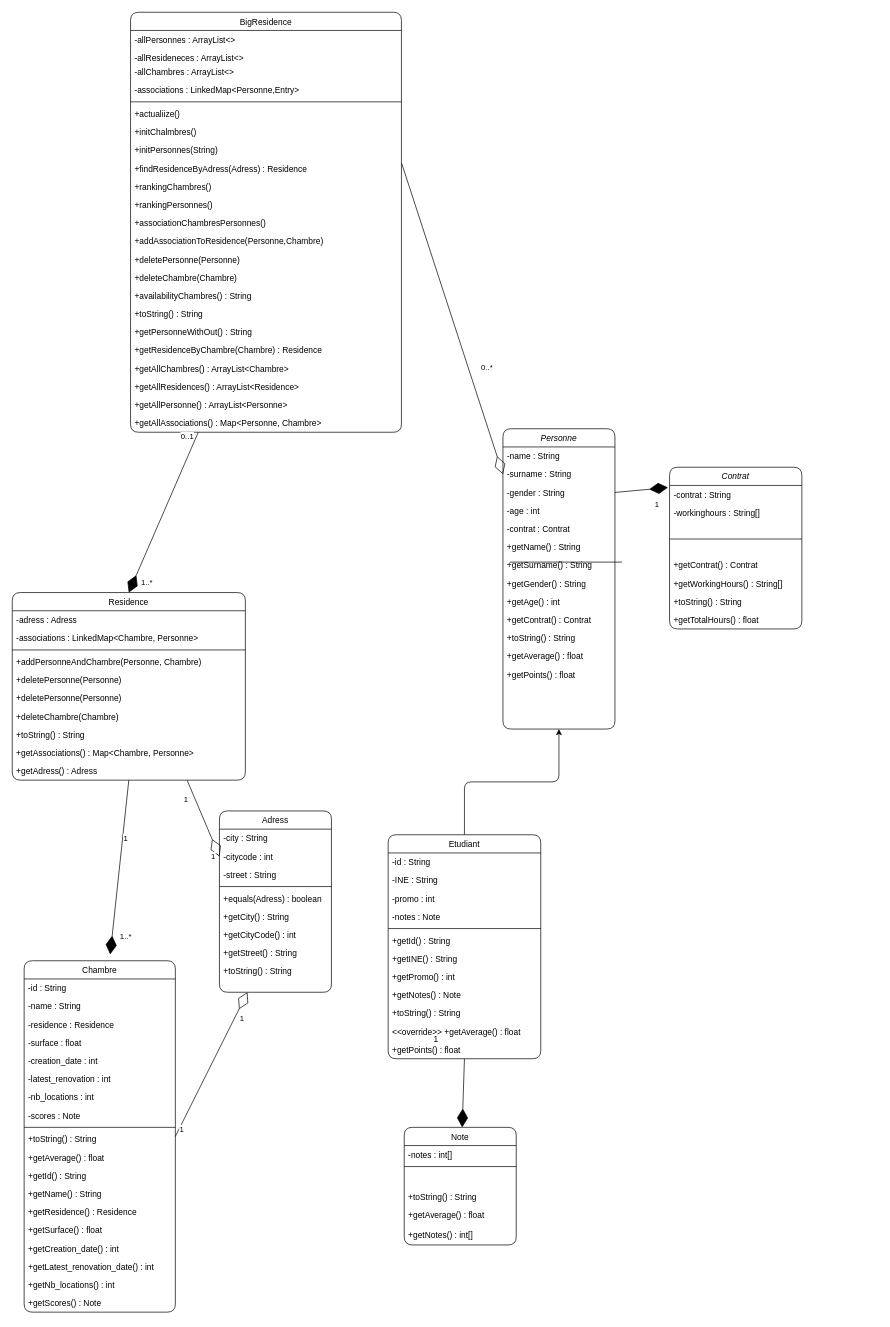
Earlier version of the draw.io diagram diagramme.drawio (bluntwise/LoterieChambres). Source tidied: cells renumbered, new cells numbered last; positions are measured from the earlier drawing's top-left corner, leaving out a move shared by most shapes. Both pictures are drawn from the tidied source at 70%, with x=0, y=0 at pixel (12, 12).
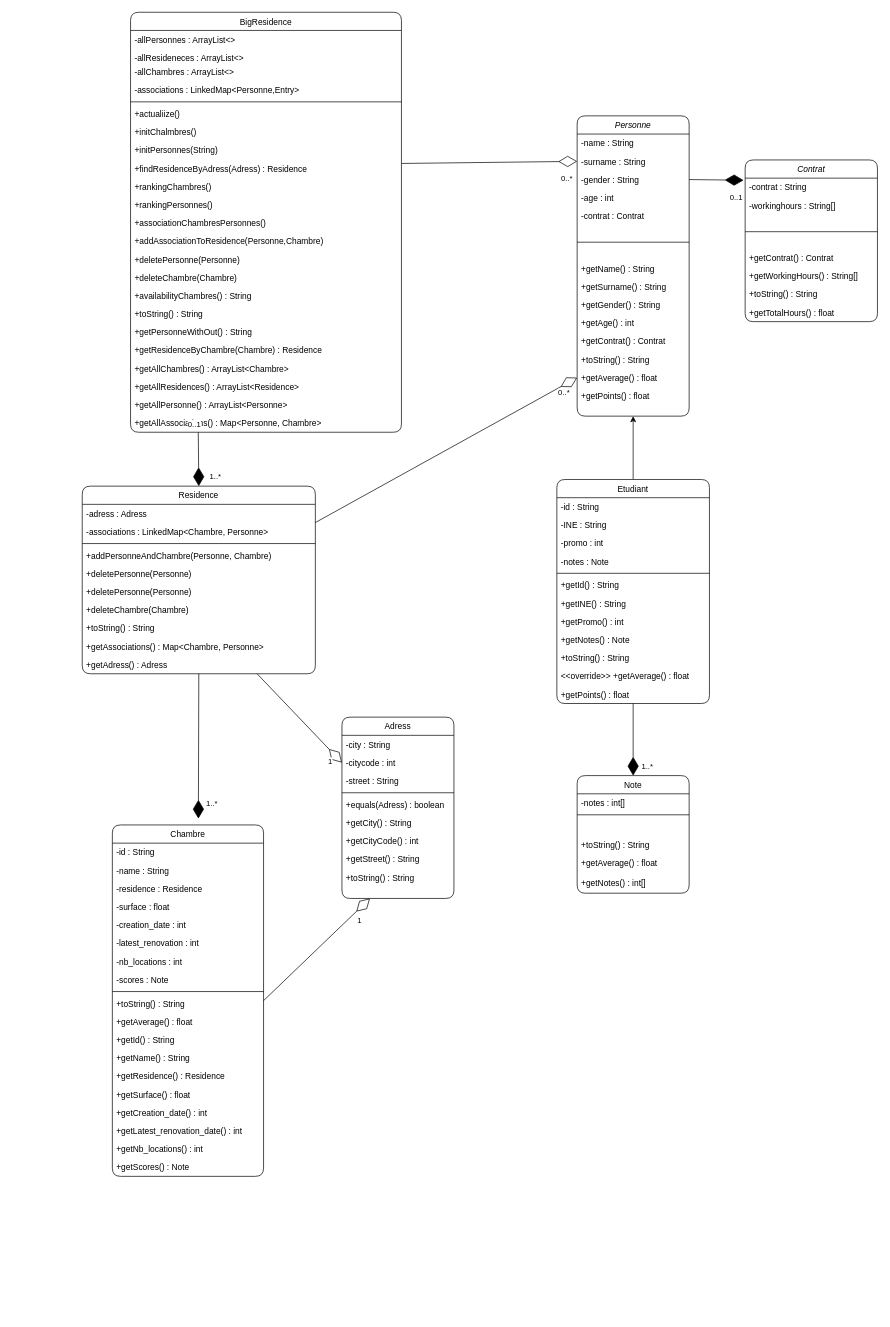
Above is the later version.

Unchanged cells that the change refers to:
```xml
<mxCell id="76" style="endArrow=diamondThin;endFill=1;endSize=24;html=1;rounded=1;entryX=-0.012;entryY=0.115;entryDx=0;entryDy=0;exitX=1;exitY=0.5;exitDx=0;exitDy=0;entryPerimeter=0;" parent="1" edge="1" source="5" target="69">
  <mxGeometry relative="1" as="geometry" />
</mxCell>
<mxCell id="112" style="endArrow=diamondThin;endFill=0;endSize=24;html=1;rounded=1;entryX=0;entryY=0.5;entryDx=0;entryDy=0;exitX=1.001;exitY=0.231;exitDx=0;exitDy=0;exitPerimeter=0;" parent="1" edge="1" source="87" target="4">
  <mxGeometry relative="1" as="geometry" />
</mxCell>
<mxCell id="114" style="endArrow=diamondThin;endFill=1;endSize=24;html=1;rounded=1;entryX=0.569;entryY=-0.018;entryDx=0;entryDy=0;entryPerimeter=0;exitX=0.5;exitY=1;exitDx=0;exitDy=0;" parent="1" edge="1" source="57" target="23">
  <mxGeometry relative="1" as="geometry" />
</mxCell>
<mxCell id="117" style="endArrow=diamondThin;endFill=1;endSize=24;html=1;rounded=1;exitX=0.5;exitY=1;exitDx=0;exitDy=0;" parent="1" edge="1" source="44" target="16">
  <mxGeometry relative="1" as="geometry" />
</mxCell>
<mxCell id="118" style="endArrow=diamondThin;endFill=0;endSize=24;html=1;rounded=1;entryX=0;entryY=0.5;entryDx=0;entryDy=0;exitX=0.75;exitY=1;exitDx=0;exitDy=0;" parent="1" edge="1" source="57" target="104">
  <mxGeometry relative="1" as="geometry" />
</mxCell>
<mxCell id="121" style="endArrow=diamondThin;endFill=1;endSize=24;html=1;rounded=1;entryX=0.5;entryY=0;entryDx=0;entryDy=0;exitX=0.25;exitY=1;exitDx=0;exitDy=0;" parent="1" edge="1" source="78" target="57">
  <mxGeometry relative="1" as="geometry" />
</mxCell>
<mxCell id="125" style="endArrow=diamondThin;endFill=0;endSize=24;html=1;rounded=1;exitX=1;exitY=0.5;exitDx=0;exitDy=0;entryX=0.25;entryY=1;entryDx=0;entryDy=0;" parent="1" edge="1" source="23" target="102">
  <mxGeometry relative="1" as="geometry" />
</mxCell>
```

Change to the diagram source:
```diff
@@
     <mxCell id="2" value="Personne" style="swimlane;fontStyle=2;align=center;verticalAlign=top;horizontal=1;startSize=26;rounded=1;shadow=0;strokeWidth=1;" parent="1" vertex="1">
-      <mxGeometry x="701" y="595" width="160" height="429" as="geometry" />
+      <mxGeometry x="807" y="148" width="160" height="429" as="geometry" />
     </mxCell>
@@
+    <mxCell id="128" style="line;html=1;strokeWidth=1;align=left;verticalAlign=middle;spacingTop=-1;spacingLeft=3;spacingRight=3;labelPosition=right;rounded=1;" parent="2" vertex="1">
+      <mxGeometry y="156" width="160" height="49" as="geometry" />
+    </mxCell>
     <mxCell id="8" value="+getName() : String" style="text;align=left;verticalAlign=top;spacingLeft=4;spacingRight=4;overflow=hidden;rounded=1;" parent="2" vertex="1">
-      <mxGeometry y="156" width="160" height="26" as="geometry" />
+      <mxGeometry y="205" width="160" height="26" as="geometry" />
     </mxCell>
     <mxCell id="9" value="+getSurname() : String" style="text;align=left;verticalAlign=top;spacingLeft=4;spacingRight=4;overflow=hidden;rounded=1;" parent="2" vertex="1">
-      <mxGeometry y="182" width="160" height="26" as="geometry" />
+      <mxGeometry y="231" width="160" height="26" as="geometry" />
     </mxCell>
     <mxCell id="10" value="+getGender() : String" style="text;align=left;verticalAlign=top;spacingLeft=4;spacingRight=4;overflow=hidden;rounded=1;" parent="2" vertex="1">
-      <mxGeometry y="208" width="160" height="26" as="geometry" />
+      <mxGeometry y="257" width="160" height="26" as="geometry" />
     </mxCell>
     <mxCell id="11" value="+getAge() : int" style="text;align=left;verticalAlign=top;spacingLeft=4;spacingRight=4;overflow=hidden;rounded=1;" parent="2" vertex="1">
-      <mxGeometry y="234" width="160" height="26" as="geometry" />
+      <mxGeometry y="283" width="160" height="26" as="geometry" />
     </mxCell>
     <mxCell id="12" value="+getContrat() : Contrat" style="text;align=left;verticalAlign=top;spacingLeft=4;spacingRight=4;overflow=hidden;rounded=1;" parent="2" vertex="1">
-      <mxGeometry y="260" width="160" height="26" as="geometry" />
+      <mxGeometry y="309" width="160" height="26" as="geometry" />
     </mxCell>
     <mxCell id="13" value="+toString() : String" style="text;align=left;verticalAlign=top;spacingLeft=4;spacingRight=4;overflow=hidden;rounded=1;" parent="2" vertex="1">
-      <mxGeometry y="286" width="160" height="26" as="geometry" />
+      <mxGeometry y="335" width="160" height="26" as="geometry" />
     </mxCell>
     <mxCell id="14" value="+getAverage() : float" style="text;align=left;verticalAlign=top;spacingLeft=4;spacingRight=4;overflow=hidden;points=[[0,0.5],[1,0.5]];portConstraint=eastwest;rounded=1;" parent="2" vertex="1">
-      <mxGeometry y="312" width="160" height="26" as="geometry" />
+      <mxGeometry y="361" width="160" height="26" as="geometry" />
     </mxCell>
     <mxCell id="15" value="+getPoints() : float" style="text;align=left;verticalAlign=top;spacingLeft=4;spacingRight=4;overflow=hidden;rounded=1;" parent="2" vertex="1">
-      <mxGeometry y="338" width="160" height="26" as="geometry" />
+      <mxGeometry y="387" width="160" height="26" as="geometry" />
     </mxCell>
     <mxCell id="16" value="Note" style="swimlane;fontStyle=0;align=center;verticalAlign=top;horizontal=1;startSize=26;rounded=1;shadow=0;strokeWidth=1;" parent="1" vertex="1">
-      <mxGeometry x="560" y="1593" width="160" height="168" as="geometry" />
+      <mxGeometry x="807" y="1090.5" width="160" height="168" as="geometry" />
     </mxCell>
@@
     <mxCell id="23" value="Chambre" style="swimlane;fontStyle=0;align=center;verticalAlign=top;horizontal=1;startSize=26;rounded=1;shadow=0;strokeWidth=1;" parent="1" vertex="1">
-      <mxGeometry x="17" y="1355" width="216" height="502" as="geometry" />
+      <mxGeometry x="143" y="1161" width="216" height="502" as="geometry" />
     </mxCell>
@@
     <mxCell id="44" value="Etudiant" style="swimlane;fontStyle=0;align=center;verticalAlign=top;horizontal=1;startSize=26;rounded=1;shadow=0;strokeWidth=1;" parent="1" vertex="1">
-      <mxGeometry x="537" y="1175" width="218" height="320" as="geometry" />
+      <mxGeometry x="778" y="667.5" width="218" height="320" as="geometry" />
     </mxCell>
@@
     <mxCell id="57" value="Residence" style="swimlane;fontStyle=0;align=center;verticalAlign=top;horizontal=1;startSize=26;rounded=1;shadow=0;strokeWidth=1;" parent="1" vertex="1">
-      <mxGeometry y="829" width="333" height="268" as="geometry" />
+      <mxGeometry x="100" y="677" width="333" height="268" as="geometry" />
     </mxCell>
@@
     <mxCell id="68" value="Contrat" style="swimlane;fontStyle=2;align=center;verticalAlign=top;horizontal=1;startSize=26;rounded=1;shadow=0;strokeWidth=1;" parent="1" vertex="1">
-      <mxGeometry x="939" y="650" width="189" height="231" as="geometry" />
+      <mxGeometry x="1047" y="211" width="189" height="231" as="geometry" />
     </mxCell>
@@
-    <mxCell id="77" value="1" style="edgeLabel;html=1;align=center;verticalAlign=middle;rounded=1;" parent="76" vertex="1">
-      <mxGeometry x="-0.03" relative="1" as="geometry">
-        <mxPoint x="23" y="20" as="offset" />
-      </mxGeometry>
-    </mxCell>
+    <mxCell id="129" value="0..1" style="edgeLabel;html=1;align=center;verticalAlign=middle;" parent="76" vertex="1">
+      <mxGeometry x="0.8" y="-1" relative="1" as="geometry">
+        <mxPoint x="-3" y="23" as="offset" />
+      </mxGeometry>
+    </mxCell>
@@
     <mxCell id="102" value="Adress" style="swimlane;fontStyle=0;align=center;verticalAlign=top;horizontal=1;startSize=26;rounded=1;shadow=0;strokeWidth=1;" parent="1" vertex="1">
-      <mxGeometry x="296" y="1141" width="160" height="259" as="geometry" />
+      <mxGeometry x="471" y="1007" width="160" height="259" as="geometry" />
     </mxCell>
@@
-    <mxCell id="113" value="0..*" style="edgeLabel;html=1;align=center;verticalAlign=middle;rounded=1;" parent="112" vertex="1">
-      <mxGeometry x="0.16" y="-1" relative="1" as="geometry">
-        <mxPoint x="38" y="33" as="offset" />
-      </mxGeometry>
-    </mxCell>
+    <mxCell id="130" value="0..*" style="edgeLabel;html=1;align=center;verticalAlign=middle;" parent="112" vertex="1">
+      <mxGeometry x="0.89" y="-1" relative="1" as="geometry">
+        <mxPoint x="-2" y="22" as="offset" />
+      </mxGeometry>
+    </mxCell>
@@
-    <mxCell id="115" value="1" style="edgeLabel;html=1;align=center;verticalAlign=middle;rounded=1;" parent="114" vertex="1">
-      <mxGeometry x="0.09" relative="1" as="geometry">
-        <mxPoint x="9" y="-53" as="offset" />
-      </mxGeometry>
-    </mxCell>
@@
+    <mxCell id="131" value="1..*" style="edgeLabel;html=1;align=center;verticalAlign=middle;" parent="117" vertex="1">
+      <mxGeometry x="0.77" y="-1" relative="1" as="geometry">
+        <mxPoint x="20" y="-1" as="offset" />
+      </mxGeometry>
+    </mxCell>
@@
-    <mxCell id="120" value="1" style="edgeLabel;html=1;align=center;verticalAlign=middle;rounded=1;" parent="118" vertex="1">
-      <mxGeometry x="-0.76" y="-2" relative="1" as="geometry">
-        <mxPoint x="-6" y="14" as="offset" />
-      </mxGeometry>
-    </mxCell>
@@
     <mxCell id="122" value="1..*" style="edgeLabel;html=1;align=center;verticalAlign=middle;rounded=1;" parent="121" vertex="1">
       <mxGeometry x="0.84" relative="1" as="geometry">
-        <mxPoint x="17" y="2" as="offset" />
+        <mxPoint x="23" y="-7" as="offset" />
       </mxGeometry>
     </mxCell>
@@
-    <mxCell id="124" value="1" style="text;html=1;align=center;verticalAlign=middle;strokeColor=none;fillColor=none;rounded=1;" parent="1" vertex="1">
-      <mxGeometry x="592" y="1454" width="25" height="26" as="geometry" />
-    </mxCell>
@@
-    <mxCell id="127" value="1" style="edgeLabel;html=1;align=center;verticalAlign=middle;rounded=1;" parent="125" vertex="1">
-      <mxGeometry x="-0.76" y="-2" relative="1" as="geometry">
-        <mxPoint x="-6" y="14" as="offset" />
-      </mxGeometry>
-    </mxCell>
-    <mxCell id="128" style="line;html=1;strokeWidth=1;align=left;verticalAlign=middle;spacingTop=-1;spacingLeft=3;spacingRight=3;labelPosition=right;rounded=1;" parent="1" vertex="1">
-      <mxGeometry x="711" y="761" width="160" height="49" as="geometry" />
-    </mxCell>
+    <mxCell id="132" style="endArrow=diamondThin;endFill=0;endSize=24;html=1;rounded=1;entryX=0;entryY=0.5;entryDx=0;entryDy=0;exitX=1.001;exitY=0.231;exitDx=0;exitDy=0;exitPerimeter=0;" parent="1" edge="1" target="14">
+      <mxGeometry relative="1" as="geometry">
+        <mxPoint x="433" y="729" as="sourcePoint" />
+      </mxGeometry>
+    </mxCell>
+    <mxCell id="133" value="0..*" style="edgeLabel;html=1;align=center;verticalAlign=middle;" parent="132" vertex="1">
+      <mxGeometry x="0.92" y="1" relative="1" as="geometry">
+        <mxPoint x="-4" y="14" as="offset" />
+      </mxGeometry>
+    </mxCell>
```
